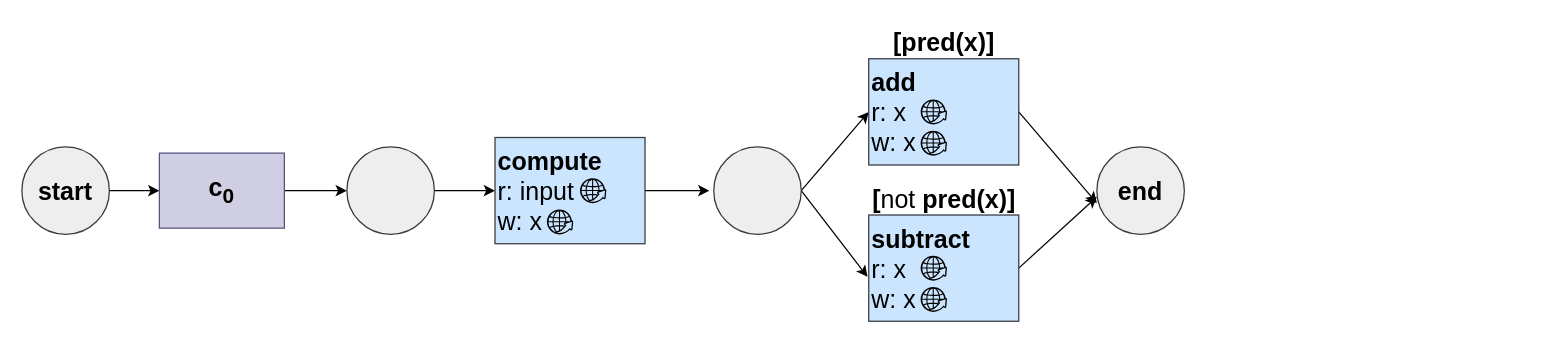
spcl/sebs-flow-artifact keeps this draw.io diagram as figures/model/condition.drawio. Above is the earlier version. Source tidied: cells renumbered, new cells numbered last; positions are measured from the earlier drawing's top-left corner, leaving out a move shared by most shapes. Both pictures are drawn from the tidied source at 125%, with x=0, y=0 at pixel (21, 21).
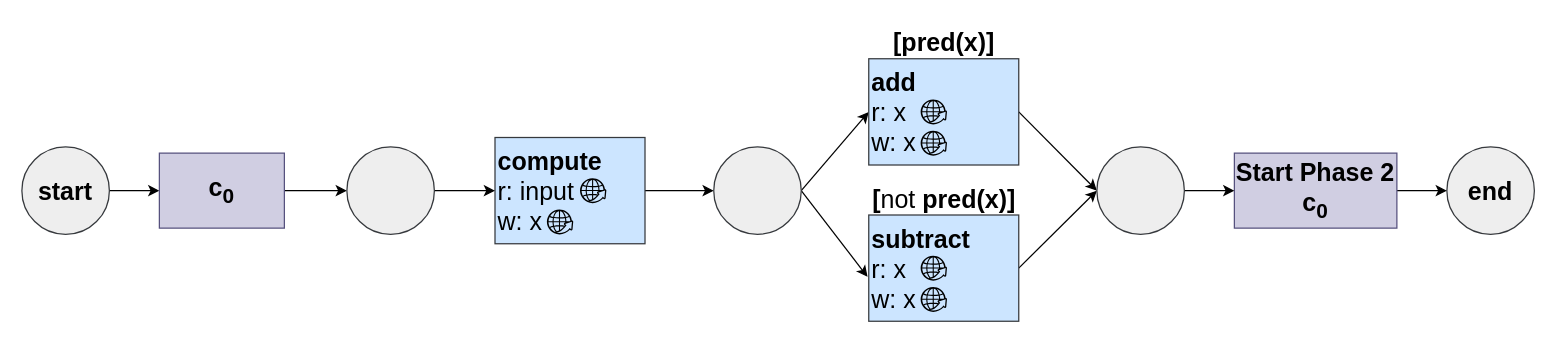
The same page after the edit.

Unchanged cells that the change refers to:
```xml
<mxCell id="7" value="&lt;b&gt;compute&lt;br&gt;&lt;/b&gt;r: input&lt;br&gt;w: x" style="rounded=0;whiteSpace=wrap;html=1;fontSize=20;align=left;fillColor=#cce5ff;strokeColor=#36393d;" parent="1" vertex="1">
  <mxGeometry x="378.5" y="92.5" width="120" height="85" as="geometry" />
</mxCell>
<mxCell id="13" style="ellipse;whiteSpace=wrap;html=1;fontSize=20;fontStyle=1;fillColor=#eeeeee;strokeColor=#36393d;" parent="1" vertex="1">
  <mxGeometry x="553.5" y="100" width="70" height="70" as="geometry" />
</mxCell>
<mxCell id="15" value="&lt;b&gt;add&lt;br&gt;&lt;/b&gt;r: x&lt;br&gt;w: x" style="rounded=0;whiteSpace=wrap;html=1;fontSize=20;align=left;fillColor=#cce5ff;strokeColor=#36393d;" parent="1" vertex="1">
  <mxGeometry x="677.5" y="29.5" width="120" height="85" as="geometry" />
</mxCell>
<mxCell id="19" value="&lt;b&gt;subtract&lt;br&gt;&lt;/b&gt;r: x&lt;br&gt;w: x" style="rounded=0;whiteSpace=wrap;html=1;fontSize=20;align=left;fillColor=#cce5ff;strokeColor=#36393d;" parent="1" vertex="1">
  <mxGeometry x="677.5" y="154.5" width="120" height="85" as="geometry" />
</mxCell>
```

Diff of the diagram source:
```diff
@@
-    <mxCell id="6" style="edgeStyle=orthogonalEdgeStyle;rounded=0;jettySize=auto;html=1;exitX=1;exitY=0.5;exitDx=0;exitDy=0;" parent="1" edge="1" source="7">
-      <mxGeometry relative="1" as="geometry">
-        <mxPoint x="550" y="135" as="targetPoint" />
-      </mxGeometry>
+    <mxCell id="6" style="edgeStyle=orthogonalEdgeStyle;rounded=0;jettySize=auto;html=1;exitX=1;exitY=0.5;exitDx=0;exitDy=0;entryX=0;entryY=0.5;entryDx=0;entryDy=0;" parent="1" edge="1" source="7" target="13">
+      <mxGeometry relative="1" as="geometry" />
     </mxCell>
@@
-    <mxCell id="14" style="edgeStyle=none;rounded=0;jettySize=auto;html=1;exitX=1;exitY=0.5;exitDx=0;exitDy=0;entryX=0;entryY=0.5;entryDx=0;entryDy=0;fontSize=20;" parent="1" edge="1" source="15">
-      <mxGeometry relative="1" as="geometry">
-        <mxPoint x="860" y="145" as="targetPoint" />
-      </mxGeometry>
+    <mxCell id="14" style="edgeStyle=none;rounded=0;jettySize=auto;html=1;exitX=1;exitY=0.5;exitDx=0;exitDy=0;entryX=0;entryY=0.5;entryDx=0;entryDy=0;fontSize=20;" parent="1" edge="1" source="15" target="29">
+      <mxGeometry relative="1" as="geometry" />
     </mxCell>
@@
-    <mxCell id="18" style="edgeStyle=none;rounded=0;jettySize=auto;html=1;exitX=1;exitY=0.5;exitDx=0;exitDy=0;fontSize=20;" parent="1" edge="1" source="19">
-      <mxGeometry relative="1" as="geometry">
-        <mxPoint x="860" y="140" as="targetPoint" />
-      </mxGeometry>
+    <mxCell id="18" style="edgeStyle=none;rounded=0;jettySize=auto;html=1;exitX=1;exitY=0.5;exitDx=0;exitDy=0;fontSize=20;entryX=0;entryY=0.5;entryDx=0;entryDy=0;" parent="1" edge="1" source="19" target="29">
+      <mxGeometry relative="1" as="geometry" />
     </mxCell>
@@
     <mxCell id="24" value="end" style="ellipse;whiteSpace=wrap;html=1;fontSize=20;fontStyle=1;fillColor=#eeeeee;strokeColor=#36393d;" parent="1" vertex="1">
-      <mxGeometry x="860" y="100" width="70" height="70" as="geometry" />
+      <mxGeometry x="1140" y="100" width="70" height="70" as="geometry" />
     </mxCell>
@@
+    <mxCell id="26" style="edgeStyle=orthogonalEdgeStyle;rounded=0;jettySize=auto;html=1;exitX=1;exitY=0.5;exitDx=0;exitDy=0;entryX=0;entryY=0.5;entryDx=0;entryDy=0;" parent="1" edge="1" source="27" target="24">
+      <mxGeometry relative="1" as="geometry" />
+    </mxCell>
+    <mxCell id="27" value="Start Phase 2 c&lt;sub&gt;0&lt;/sub&gt;" style="rounded=0;whiteSpace=wrap;html=1;fontSize=20;fillColor=#d0cee2;strokeColor=#56517e;fontStyle=1;" parent="1" vertex="1">
+      <mxGeometry x="970" y="105" width="130" height="60" as="geometry" />
+    </mxCell>
+    <mxCell id="28" style="edgeStyle=orthogonalEdgeStyle;rounded=0;jettySize=auto;html=1;exitX=1;exitY=0.5;exitDx=0;exitDy=0;entryX=0;entryY=0.5;entryDx=0;entryDy=0;" parent="1" edge="1" source="29" target="27">
+      <mxGeometry relative="1" as="geometry" />
+    </mxCell>
+    <mxCell id="29" style="ellipse;whiteSpace=wrap;html=1;fontSize=20;fontStyle=1;fillColor=#eeeeee;strokeColor=#36393d;" parent="1" vertex="1">
+      <mxGeometry x="860" y="100" width="70" height="70" as="geometry" />
+    </mxCell>
```
